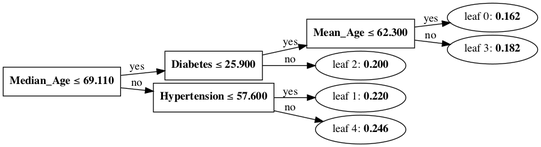
Above: Tree.gv.png in Natsuki0928/senior_project (Graphviz), before the change. Its source is kept beside it as Tree.gv.
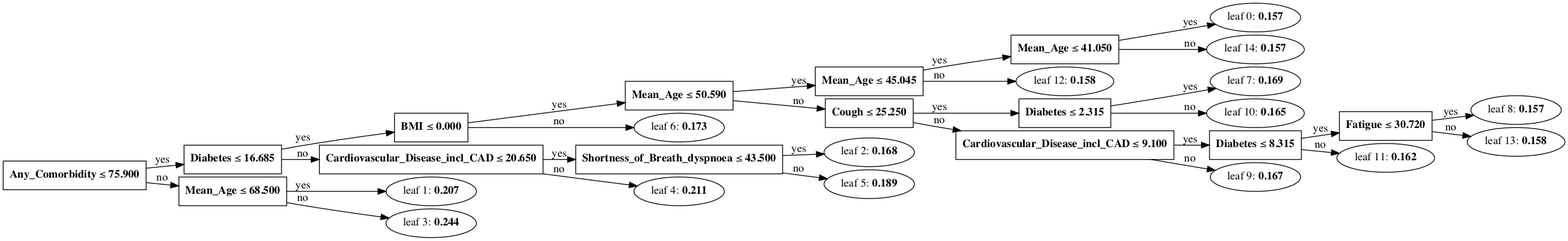
Later version of the same file.

Change to the diagram source:
```diff
@@ -1,20 +1,60 @@
 digraph Tree {
 	graph [nodesep=0.05 rankdir=LR ranksep=0.3]
-	split0 [label=<<B>Median_Age</B> &#8804; <B>69.110</B>> fillcolor=white shape=rectangle style=""]
-	split1 [label=<<B>Diabetes</B> &#8804; <B>25.900</B>> fillcolor=white shape=rectangle style=""]
-	split2 [label=<<B>Mean_Age</B> &#8804; <B>62.300</B>> fillcolor=white shape=rectangle style=""]
-	leaf0 [label=<leaf 0: <B>0.162</B>>]
-	split2 -> leaf0 [label=yes]
-	leaf3 [label=<leaf 3: <B>0.182</B>>]
+	split0 [label=<<B>Any_Comorbidity</B> &#8804; <B>75.900</B>> fillcolor=white shape=rectangle style=""]
+	split1 [label=<<B>Diabetes</B> &#8804; <B>16.685</B>> fillcolor=white shape=rectangle style=""]
+	split5 [label=<<B>BMI</B> &#8804; <B>0.000</B>> fillcolor=white shape=rectangle style=""]
+	split6 [label=<<B>Mean_Age</B> &#8804; <B>50.590</B>> fillcolor=white shape=rectangle style=""]
+	split11 [label=<<B>Mean_Age</B> &#8804; <B>45.045</B>> fillcolor=white shape=rectangle style=""]
+	split13 [label=<<B>Mean_Age</B> &#8804; <B>41.050</B>> fillcolor=white shape=rectangle style=""]
+	leaf0 [label=<leaf 0: <B>0.157</B>>]
+	split13 -> leaf0 [label=yes]
+	leaf14 [label=<leaf 14: <B>0.157</B>>]
+	split13 -> leaf14 [label=no]
+	split11 -> split13 [label=yes]
+	leaf12 [label=<leaf 12: <B>0.158</B>>]
+	split11 -> leaf12 [label=no]
+	split6 -> split11 [label=yes]
+	split7 [label=<<B>Cough</B> &#8804; <B>25.250</B>> fillcolor=white shape=rectangle style=""]
+	split9 [label=<<B>Diabetes</B> &#8804; <B>2.315</B>> fillcolor=white shape=rectangle style=""]
+	leaf7 [label=<leaf 7: <B>0.169</B>>]
+	split9 -> leaf7 [label=yes]
+	leaf10 [label=<leaf 10: <B>0.165</B>>]
+	split9 -> leaf10 [label=no]
+	split7 -> split9 [label=yes]
+	split8 [label=<<B>Cardiovascular_Disease_incl_CAD</B> &#8804; <B>9.100</B>> fillcolor=white shape=rectangle style=""]
+	split10 [label=<<B>Diabetes</B> &#8804; <B>8.315</B>> fillcolor=white shape=rectangle style=""]
+	split12 [label=<<B>Fatigue</B> &#8804; <B>30.720</B>> fillcolor=white shape=rectangle style=""]
+	leaf8 [label=<leaf 8: <B>0.157</B>>]
+	split12 -> leaf8 [label=yes]
+	leaf13 [label=<leaf 13: <B>0.158</B>>]
+	split12 -> leaf13 [label=no]
+	split10 -> split12 [label=yes]
+	leaf11 [label=<leaf 11: <B>0.162</B>>]
+	split10 -> leaf11 [label=no]
+	split8 -> split10 [label=yes]
+	leaf9 [label=<leaf 9: <B>0.167</B>>]
+	split8 -> leaf9 [label=no]
+	split7 -> split8 [label=no]
+	split6 -> split7 [label=no]
+	split5 -> split6 [label=yes]
+	leaf6 [label=<leaf 6: <B>0.173</B>>]
+	split5 -> leaf6 [label=no]
+	split1 -> split5 [label=yes]
+	split3 [label=<<B>Cardiovascular_Disease_incl_CAD</B> &#8804; <B>20.650</B>> fillcolor=white shape=rectangle style=""]
+	split4 [label=<<B>Shortness_of_Breath_dyspnoea</B> &#8804; <B>43.500</B>> fillcolor=white shape=rectangle style=""]
+	leaf2 [label=<leaf 2: <B>0.168</B>>]
+	split4 -> leaf2 [label=yes]
+	leaf5 [label=<leaf 5: <B>0.189</B>>]
+	split4 -> leaf5 [label=no]
+	split3 -> split4 [label=yes]
+	leaf4 [label=<leaf 4: <B>0.211</B>>]
+	split3 -> leaf4 [label=no]
+	split1 -> split3 [label=no]
+	split0 -> split1 [label=yes]
+	split2 [label=<<B>Mean_Age</B> &#8804; <B>68.500</B>> fillcolor=white shape=rectangle style=""]
+	leaf1 [label=<leaf 1: <B>0.207</B>>]
+	split2 -> leaf1 [label=yes]
+	leaf3 [label=<leaf 3: <B>0.244</B>>]
 	split2 -> leaf3 [label=no]
-	split1 -> split2 [label=yes]
-	leaf2 [label=<leaf 2: <B>0.200</B>>]
-	split1 -> leaf2 [label=no]
-	split0 -> split1 [label=yes]
-	split3 [label=<<B>Hypertension</B> &#8804; <B>57.600</B>> fillcolor=white shape=rectangle style=""]
-	leaf1 [label=<leaf 1: <B>0.220</B>>]
-	split3 -> leaf1 [label=yes]
-	leaf4 [label=<leaf 4: <B>0.246</B>>]
-	split3 -> leaf4 [label=no]
-	split0 -> split3 [label=no]
+	split0 -> split2 [label=no]
 }
```
